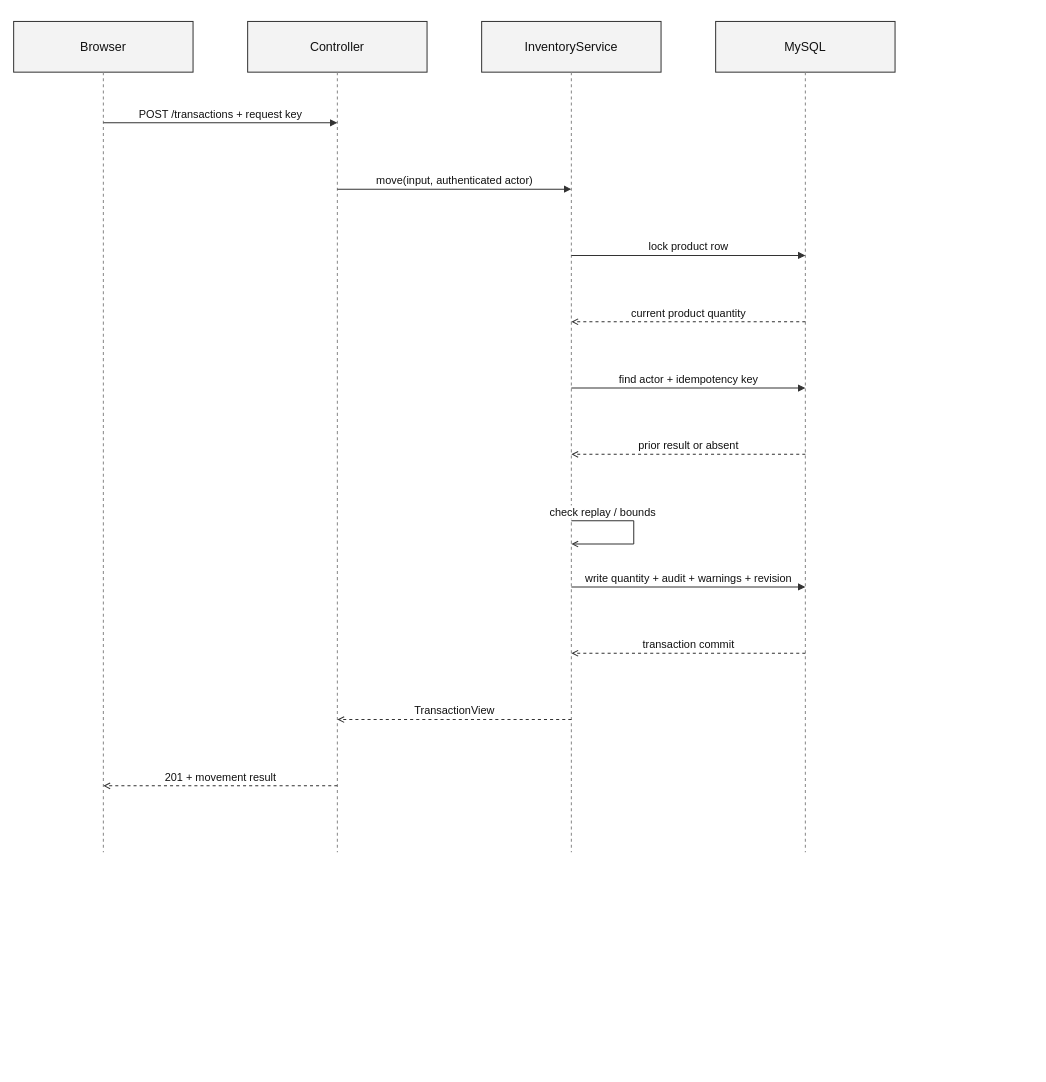
Before: thesis/figure-assets/diagrams/19-seq-stock.drawio in ZeroRegister/SupermarketsSystem, a draw.io diagram. Source tidied: cells renumbered, new cells numbered last; positions are measured from the earlier drawing's top-left corner, leaving out a move shared by most shapes. Both pictures are drawn from the tidied source at 78%, with x=0, y=0 at pixel (13, 21).
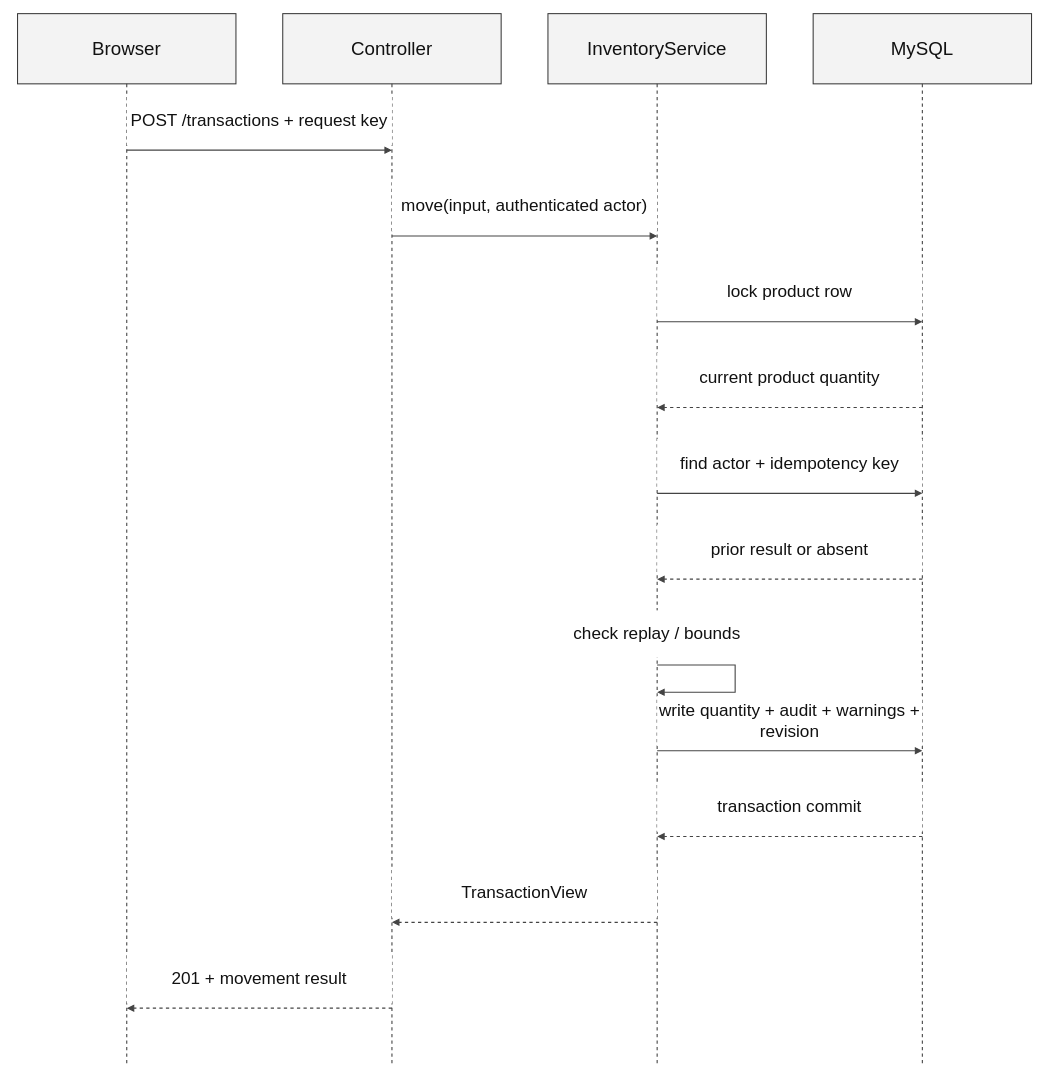
The same diagram, later.

The edit, as a diff of the source:
```diff
@@
-    <mxCell id="2" value="Browser" style="whiteSpace=wrap;html=1;fontFamily=Arial;fontSize=16;fontColor=#111111;strokeColor=#333333;strokeWidth=1.3;rounded=0;fillColor=#ffffff;fillColor=#f3f3f3;" parent="1" vertex="1">
-      <mxGeometry width="230" height="65" as="geometry" />
+    <mxCell id="2" value="Browser" style="whiteSpace=wrap;html=1;fontFamily=Arial;fontSize=22;fontColor=#111111;strokeColor=#333333;strokeWidth=1.3;rounded=0;fillColor=#ffffff;fillColor=#f3f3f3;fontSize=24;fontSize=24;" parent="1" vertex="1">
+      <mxGeometry x="5" y="-10" width="280" height="90" as="geometry" />
     </mxCell>
-    <mxCell id="3" style="whiteSpace=wrap;html=1;fontFamily=Arial;fontSize=16;fontColor=#111111;strokeColor=#333333;strokeWidth=1.3;endArrow=block;endFill=1;fontSize=14;whiteSpace=nowrap;verticalAlign=bottom;labelBackgroundColor=#ffffff;dashed=1;endArrow=none;strokeColor=#888888;" parent="1" edge="1">
+    <mxCell id="3" style="html=1;rounded=0;strokeColor=#444444;strokeWidth=1.4;endArrow=none;endFill=1;dashed=1;" parent="1" edge="1">
       <mxGeometry relative="1" as="geometry">
-        <mxPoint x="115" y="65" as="sourcePoint" />
-        <mxPoint x="115" y="1065" as="targetPoint" />
+        <mxPoint x="145" y="80" as="sourcePoint" />
+        <mxPoint x="145" y="1340" as="targetPoint" />
       </mxGeometry>
     </mxCell>
-    <mxCell id="4" value="Controller" style="whiteSpace=wrap;html=1;fontFamily=Arial;fontSize=16;fontColor=#111111;strokeColor=#333333;strokeWidth=1.3;rounded=0;fillColor=#ffffff;fillColor=#f3f3f3;" parent="1" vertex="1">
-      <mxGeometry x="300" width="230" height="65" as="geometry" />
+    <mxCell id="4" value="Controller" style="whiteSpace=wrap;html=1;fontFamily=Arial;fontSize=22;fontColor=#111111;strokeColor=#333333;strokeWidth=1.3;rounded=0;fillColor=#ffffff;fillColor=#f3f3f3;fontSize=24;fontSize=24;" parent="1" vertex="1">
+      <mxGeometry x="345" y="-10" width="280" height="90" as="geometry" />
     </mxCell>
-    <mxCell id="5" style="whiteSpace=wrap;html=1;fontFamily=Arial;fontSize=16;fontColor=#111111;strokeColor=#333333;strokeWidth=1.3;endArrow=block;endFill=1;fontSize=14;whiteSpace=nowrap;verticalAlign=bottom;labelBackgroundColor=#ffffff;dashed=1;endArrow=none;strokeColor=#888888;" parent="1" edge="1">
+    <mxCell id="5" style="html=1;rounded=0;strokeColor=#444444;strokeWidth=1.4;endArrow=none;endFill=1;dashed=1;" parent="1" edge="1">
       <mxGeometry relative="1" as="geometry">
-        <mxPoint x="415" y="65" as="sourcePoint" />
-        <mxPoint x="415" y="1065" as="targetPoint" />
+        <mxPoint x="485" y="80" as="sourcePoint" />
+        <mxPoint x="485" y="1340" as="targetPoint" />
       </mxGeometry>
     </mxCell>
-    <mxCell id="6" value="InventoryService" style="whiteSpace=wrap;html=1;fontFamily=Arial;fontSize=16;fontColor=#111111;strokeColor=#333333;strokeWidth=1.3;rounded=0;fillColor=#ffffff;fillColor=#f3f3f3;" parent="1" vertex="1">
-      <mxGeometry x="600" width="230" height="65" as="geometry" />
+    <mxCell id="6" value="InventoryService" style="whiteSpace=wrap;html=1;fontFamily=Arial;fontSize=22;fontColor=#111111;strokeColor=#333333;strokeWidth=1.3;rounded=0;fillColor=#ffffff;fillColor=#f3f3f3;fontSize=24;fontSize=24;" parent="1" vertex="1">
+      <mxGeometry x="685" y="-10" width="280" height="90" as="geometry" />
     </mxCell>
-    <mxCell id="7" style="whiteSpace=wrap;html=1;fontFamily=Arial;fontSize=16;fontColor=#111111;strokeColor=#333333;strokeWidth=1.3;endArrow=block;endFill=1;fontSize=14;whiteSpace=nowrap;verticalAlign=bottom;labelBackgroundColor=#ffffff;dashed=1;endArrow=none;strokeColor=#888888;" parent="1" edge="1">
+    <mxCell id="7" style="html=1;rounded=0;strokeColor=#444444;strokeWidth=1.4;endArrow=none;endFill=1;dashed=1;" parent="1" edge="1">
       <mxGeometry relative="1" as="geometry">
-        <mxPoint x="715" y="65" as="sourcePoint" />
-        <mxPoint x="715" y="1065" as="targetPoint" />
+        <mxPoint x="825" y="80" as="sourcePoint" />
+        <mxPoint x="825" y="1340" as="targetPoint" />
       </mxGeometry>
     </mxCell>
-    <mxCell id="8" value="MySQL" style="whiteSpace=wrap;html=1;fontFamily=Arial;fontSize=16;fontColor=#111111;strokeColor=#333333;strokeWidth=1.3;rounded=0;fillColor=#ffffff;fillColor=#f3f3f3;" parent="1" vertex="1">
-      <mxGeometry x="900" width="230" height="65" as="geometry" />
+    <mxCell id="8" value="MySQL" style="whiteSpace=wrap;html=1;fontFamily=Arial;fontSize=22;fontColor=#111111;strokeColor=#333333;strokeWidth=1.3;rounded=0;fillColor=#ffffff;fillColor=#f3f3f3;fontSize=24;fontSize=24;" parent="1" vertex="1">
+      <mxGeometry x="1025" y="-10" width="280" height="90" as="geometry" />
     </mxCell>
-    <mxCell id="9" style="whiteSpace=wrap;html=1;fontFamily=Arial;fontSize=16;fontColor=#111111;strokeColor=#333333;strokeWidth=1.3;endArrow=block;endFill=1;fontSize=14;whiteSpace=nowrap;verticalAlign=bottom;labelBackgroundColor=#ffffff;dashed=1;endArrow=none;strokeColor=#888888;" parent="1" edge="1">
+    <mxCell id="9" style="html=1;rounded=0;strokeColor=#444444;strokeWidth=1.4;endArrow=none;endFill=1;dashed=1;" parent="1" edge="1">
       <mxGeometry relative="1" as="geometry">
-        <mxPoint x="1015" y="65" as="sourcePoint" />
-        <mxPoint x="1015" y="1065" as="targetPoint" />
+        <mxPoint x="1165" y="80" as="sourcePoint" />
+        <mxPoint x="1165" y="1340" as="targetPoint" />
       </mxGeometry>
     </mxCell>
-    <mxCell id="10" value="POST /transactions + request key" style="whiteSpace=wrap;html=1;fontFamily=Arial;fontSize=16;fontColor=#111111;strokeColor=#333333;strokeWidth=1.3;endArrow=block;endFill=1;fontSize=14;whiteSpace=nowrap;verticalAlign=bottom;labelBackgroundColor=#ffffff;endArrow=block;" parent="1" edge="1">
+    <mxCell id="10" style="html=1;rounded=0;strokeColor=#444444;strokeWidth=1.4;endArrow=block;endFill=1;" parent="1" edge="1">
       <mxGeometry relative="1" as="geometry">
-        <mxPoint x="115" y="130" as="sourcePoint" />
-        <mxPoint x="415" y="130" as="targetPoint" />
+        <mxPoint x="145" y="165" as="sourcePoint" />
+        <mxPoint x="485" y="165" as="targetPoint" />
       </mxGeometry>
     </mxCell>
-    <mxCell id="11" value="move(input, authenticated actor)" style="whiteSpace=wrap;html=1;fontFamily=Arial;fontSize=16;fontColor=#111111;strokeColor=#333333;strokeWidth=1.3;endArrow=block;endFill=1;fontSize=14;whiteSpace=nowrap;verticalAlign=bottom;labelBackgroundColor=#ffffff;endArrow=block;" parent="1" edge="1">
-      <mxGeometry relative="1" as="geometry">
-        <mxPoint x="415" y="215" as="sourcePoint" />
-        <mxPoint x="715" y="215" as="targetPoint" />
-      </mxGeometry>
+    <mxCell id="11" value="POST /transactions + request key" style="whiteSpace=wrap;html=1;fontFamily=Arial;fontSize=22;fontColor=#111111;strokeColor=#333333;strokeWidth=1.3;rounded=0;fillColor=#ffffff;strokeColor=none;fontSize=22;fontSize=22;" parent="1" vertex="1">
+      <mxGeometry x="145" y="95" width="340" height="64" as="geometry" />
     </mxCell>
-    <mxCell id="12" value="lock product row" style="whiteSpace=wrap;html=1;fontFamily=Arial;fontSize=16;fontColor=#111111;strokeColor=#333333;strokeWidth=1.3;endArrow=block;endFill=1;fontSize=14;whiteSpace=nowrap;verticalAlign=bottom;labelBackgroundColor=#ffffff;endArrow=block;" parent="1" edge="1">
+    <mxCell id="12" style="html=1;rounded=0;strokeColor=#444444;strokeWidth=1.4;endArrow=block;endFill=1;" parent="1" edge="1">
       <mxGeometry relative="1" as="geometry">
-        <mxPoint x="715" y="300" as="sourcePoint" />
-        <mxPoint x="1015" y="300" as="targetPoint" />
+        <mxPoint x="485" y="275" as="sourcePoint" />
+        <mxPoint x="825" y="275" as="targetPoint" />
       </mxGeometry>
     </mxCell>
-    <mxCell id="13" value="current product quantity" style="whiteSpace=wrap;html=1;fontFamily=Arial;fontSize=16;fontColor=#111111;strokeColor=#333333;strokeWidth=1.3;endArrow=block;endFill=1;fontSize=14;whiteSpace=nowrap;verticalAlign=bottom;labelBackgroundColor=#ffffff;dashed=1;endArrow=open;" parent="1" edge="1">
-      <mxGeometry relative="1" as="geometry">
-        <mxPoint x="1015" y="385" as="sourcePoint" />
-        <mxPoint x="715" y="385" as="targetPoint" />
-      </mxGeometry>
+    <mxCell id="13" value="move(input, authenticated actor)" style="whiteSpace=wrap;html=1;fontFamily=Arial;fontSize=22;fontColor=#111111;strokeColor=#333333;strokeWidth=1.3;rounded=0;fillColor=#ffffff;strokeColor=none;fontSize=22;fontSize=22;" parent="1" vertex="1">
+      <mxGeometry x="485" y="205" width="340" height="64" as="geometry" />
     </mxCell>
-    <mxCell id="14" value="find actor + idempotency key" style="whiteSpace=wrap;html=1;fontFamily=Arial;fontSize=16;fontColor=#111111;strokeColor=#333333;strokeWidth=1.3;endArrow=block;endFill=1;fontSize=14;whiteSpace=nowrap;verticalAlign=bottom;labelBackgroundColor=#ffffff;endArrow=block;" parent="1" edge="1">
+    <mxCell id="14" style="html=1;rounded=0;strokeColor=#444444;strokeWidth=1.4;endArrow=block;endFill=1;" parent="1" edge="1">
       <mxGeometry relative="1" as="geometry">
-        <mxPoint x="715" y="470" as="sourcePoint" />
-        <mxPoint x="1015" y="470" as="targetPoint" />
+        <mxPoint x="825" y="385" as="sourcePoint" />
+        <mxPoint x="1165" y="385" as="targetPoint" />
       </mxGeometry>
     </mxCell>
-    <mxCell id="15" value="prior result or absent" style="whiteSpace=wrap;html=1;fontFamily=Arial;fontSize=16;fontColor=#111111;strokeColor=#333333;strokeWidth=1.3;endArrow=block;endFill=1;fontSize=14;whiteSpace=nowrap;verticalAlign=bottom;labelBackgroundColor=#ffffff;dashed=1;endArrow=open;" parent="1" edge="1">
-      <mxGeometry relative="1" as="geometry">
-        <mxPoint x="1015" y="555" as="sourcePoint" />
-        <mxPoint x="715" y="555" as="targetPoint" />
-      </mxGeometry>
+    <mxCell id="15" value="lock product row" style="whiteSpace=wrap;html=1;fontFamily=Arial;fontSize=22;fontColor=#111111;strokeColor=#333333;strokeWidth=1.3;rounded=0;fillColor=#ffffff;strokeColor=none;fontSize=22;fontSize=22;" parent="1" vertex="1">
+      <mxGeometry x="825" y="315" width="340" height="64" as="geometry" />
     </mxCell>
-    <mxCell id="16" value="check replay / bounds" style="whiteSpace=wrap;html=1;fontFamily=Arial;fontSize=16;fontColor=#111111;strokeColor=#333333;strokeWidth=1.3;endArrow=block;endFill=1;fontSize=14;whiteSpace=nowrap;verticalAlign=bottom;labelBackgroundColor=#ffffff;endArrow=none;" parent="1" edge="1">
+    <mxCell id="16" style="html=1;rounded=0;strokeColor=#444444;strokeWidth=1.4;endArrow=block;endFill=1;dashed=1;" parent="1" edge="1">
       <mxGeometry relative="1" as="geometry">
-        <mxPoint x="715" y="640" as="sourcePoint" />
-        <mxPoint x="795" y="640" as="targetPoint" />
+        <mxPoint x="1165" y="495" as="sourcePoint" />
+        <mxPoint x="825" y="495" as="targetPoint" />
       </mxGeometry>
     </mxCell>
-    <mxCell id="17" style="whiteSpace=wrap;html=1;fontFamily=Arial;fontSize=16;fontColor=#111111;strokeColor=#333333;strokeWidth=1.3;endArrow=block;endFill=1;fontSize=14;whiteSpace=nowrap;verticalAlign=bottom;labelBackgroundColor=#ffffff;endArrow=none;" parent="1" edge="1">
-      <mxGeometry relative="1" as="geometry">
-        <mxPoint x="795" y="640" as="sourcePoint" />
-        <mxPoint x="795" y="670" as="targetPoint" />
-      </mxGeometry>
+    <mxCell id="17" value="current product quantity" style="whiteSpace=wrap;html=1;fontFamily=Arial;fontSize=22;fontColor=#111111;strokeColor=#333333;strokeWidth=1.3;rounded=0;fillColor=#ffffff;strokeColor=none;fontSize=22;fontSize=22;" parent="1" vertex="1">
+      <mxGeometry x="825" y="425" width="340" height="64" as="geometry" />
     </mxCell>
-    <mxCell id="18" style="whiteSpace=wrap;html=1;fontFamily=Arial;fontSize=16;fontColor=#111111;strokeColor=#333333;strokeWidth=1.3;endArrow=block;endFill=1;fontSize=14;whiteSpace=nowrap;verticalAlign=bottom;labelBackgroundColor=#ffffff;endArrow=open;" parent="1" edge="1">
+    <mxCell id="18" style="html=1;rounded=0;strokeColor=#444444;strokeWidth=1.4;endArrow=block;endFill=1;" parent="1" edge="1">
       <mxGeometry relative="1" as="geometry">
-        <mxPoint x="795" y="670" as="sourcePoint" />
-        <mxPoint x="715" y="670" as="targetPoint" />
+        <mxPoint x="825" y="605" as="sourcePoint" />
+        <mxPoint x="1165" y="605" as="targetPoint" />
       </mxGeometry>
     </mxCell>
-    <mxCell id="19" value="write quantity + audit + warnings + revision" style="whiteSpace=wrap;html=1;fontFamily=Arial;fontSize=16;fontColor=#111111;strokeColor=#333333;strokeWidth=1.3;endArrow=block;endFill=1;fontSize=14;whiteSpace=nowrap;verticalAlign=bottom;labelBackgroundColor=#ffffff;endArrow=block;" parent="1" edge="1">
-      <mxGeometry relative="1" as="geometry">
-        <mxPoint x="715" y="725" as="sourcePoint" />
-        <mxPoint x="1015" y="725" as="targetPoint" />
-      </mxGeometry>
+    <mxCell id="19" value="find actor + idempotency key" style="whiteSpace=wrap;html=1;fontFamily=Arial;fontSize=22;fontColor=#111111;strokeColor=#333333;strokeWidth=1.3;rounded=0;fillColor=#ffffff;strokeColor=none;fontSize=22;fontSize=22;" parent="1" vertex="1">
+      <mxGeometry x="825" y="535" width="340" height="64" as="geometry" />
     </mxCell>
-    <mxCell id="20" value="transaction commit" style="whiteSpace=wrap;html=1;fontFamily=Arial;fontSize=16;fontColor=#111111;strokeColor=#333333;strokeWidth=1.3;endArrow=block;endFill=1;fontSize=14;whiteSpace=nowrap;verticalAlign=bottom;labelBackgroundColor=#ffffff;dashed=1;endArrow=open;" parent="1" edge="1">
+    <mxCell id="20" style="html=1;rounded=0;strokeColor=#444444;strokeWidth=1.4;endArrow=block;endFill=1;dashed=1;" parent="1" edge="1">
       <mxGeometry relative="1" as="geometry">
-        <mxPoint x="1015" y="810" as="sourcePoint" />
-        <mxPoint x="715" y="810" as="targetPoint" />
+        <mxPoint x="1165" y="715" as="sourcePoint" />
+        <mxPoint x="825" y="715" as="targetPoint" />
       </mxGeometry>
     </mxCell>
-    <mxCell id="21" value="TransactionView" style="whiteSpace=wrap;html=1;fontFamily=Arial;fontSize=16;fontColor=#111111;strokeColor=#333333;strokeWidth=1.3;endArrow=block;endFill=1;fontSize=14;whiteSpace=nowrap;verticalAlign=bottom;labelBackgroundColor=#ffffff;dashed=1;endArrow=open;" parent="1" edge="1">
-      <mxGeometry relative="1" as="geometry">
-        <mxPoint x="715" y="895" as="sourcePoint" />
-        <mxPoint x="415" y="895" as="targetPoint" />
-      </mxGeometry>
+    <mxCell id="21" value="prior result or absent" style="whiteSpace=wrap;html=1;fontFamily=Arial;fontSize=22;fontColor=#111111;strokeColor=#333333;strokeWidth=1.3;rounded=0;fillColor=#ffffff;strokeColor=none;fontSize=22;fontSize=22;" parent="1" vertex="1">
+      <mxGeometry x="825" y="645" width="340" height="64" as="geometry" />
     </mxCell>
-    <mxCell id="22" value="201 + movement result" style="whiteSpace=wrap;html=1;fontFamily=Arial;fontSize=16;fontColor=#111111;strokeColor=#333333;strokeWidth=1.3;endArrow=block;endFill=1;fontSize=14;whiteSpace=nowrap;verticalAlign=bottom;labelBackgroundColor=#ffffff;dashed=1;endArrow=open;" parent="1" edge="1">
+    <mxCell id="22" style="html=1;rounded=0;strokeColor=#444444;strokeWidth=1.4;endArrow=block;endFill=1;" parent="1" edge="1">
       <mxGeometry relative="1" as="geometry">
-        <mxPoint x="415" y="980" as="sourcePoint" />
-        <mxPoint x="115" y="980" as="targetPoint" />
+        <mxPoint x="825" y="825" as="sourcePoint" />
+        <mxPoint x="825" y="860" as="targetPoint" />
+        <Array as="points">
+          <mxPoint x="925" y="825" />
+          <mxPoint x="925" y="860" />
+        </Array>
       </mxGeometry>
     </mxCell>
+    <mxCell id="23" value="check replay / bounds" style="whiteSpace=wrap;html=1;fontFamily=Arial;fontSize=22;fontColor=#111111;strokeColor=#333333;strokeWidth=1.3;rounded=0;fillColor=#ffffff;strokeColor=none;fontSize=22;fontSize=22;" parent="1" vertex="1">
+      <mxGeometry x="665" y="755" width="320" height="60" as="geometry" />
+    </mxCell>
+    <mxCell id="24" style="html=1;rounded=0;strokeColor=#444444;strokeWidth=1.4;endArrow=block;endFill=1;" parent="1" edge="1">
+      <mxGeometry relative="1" as="geometry">
+        <mxPoint x="825" y="935" as="sourcePoint" />
+        <mxPoint x="1165" y="935" as="targetPoint" />
+      </mxGeometry>
+    </mxCell>
+    <mxCell id="25" value="write quantity + audit + warnings + revision" style="whiteSpace=wrap;html=1;fontFamily=Arial;fontSize=22;fontColor=#111111;strokeColor=#333333;strokeWidth=1.3;rounded=0;fillColor=#ffffff;strokeColor=none;fontSize=22;fontSize=22;" parent="1" vertex="1">
+      <mxGeometry x="825" y="865" width="340" height="64" as="geometry" />
+    </mxCell>
+    <mxCell id="26" style="html=1;rounded=0;strokeColor=#444444;strokeWidth=1.4;endArrow=block;endFill=1;dashed=1;" parent="1" edge="1">
+      <mxGeometry relative="1" as="geometry">
+        <mxPoint x="1165" y="1045" as="sourcePoint" />
+        <mxPoint x="825" y="1045" as="targetPoint" />
+      </mxGeometry>
+    </mxCell>
+    <mxCell id="27" value="transaction commit" style="whiteSpace=wrap;html=1;fontFamily=Arial;fontSize=22;fontColor=#111111;strokeColor=#333333;strokeWidth=1.3;rounded=0;fillColor=#ffffff;strokeColor=none;fontSize=22;fontSize=22;" parent="1" vertex="1">
+      <mxGeometry x="825" y="975" width="340" height="64" as="geometry" />
+    </mxCell>
+    <mxCell id="28" style="html=1;rounded=0;strokeColor=#444444;strokeWidth=1.4;endArrow=block;endFill=1;dashed=1;" parent="1" edge="1">
+      <mxGeometry relative="1" as="geometry">
+        <mxPoint x="825" y="1155" as="sourcePoint" />
+        <mxPoint x="485" y="1155" as="targetPoint" />
+      </mxGeometry>
+    </mxCell>
+    <mxCell id="29" value="TransactionView" style="whiteSpace=wrap;html=1;fontFamily=Arial;fontSize=22;fontColor=#111111;strokeColor=#333333;strokeWidth=1.3;rounded=0;fillColor=#ffffff;strokeColor=none;fontSize=22;fontSize=22;" parent="1" vertex="1">
+      <mxGeometry x="485" y="1085" width="340" height="64" as="geometry" />
+    </mxCell>
+    <mxCell id="30" style="html=1;rounded=0;strokeColor=#444444;strokeWidth=1.4;endArrow=block;endFill=1;dashed=1;" parent="1" edge="1">
+      <mxGeometry relative="1" as="geometry">
+        <mxPoint x="485" y="1265" as="sourcePoint" />
+        <mxPoint x="145" y="1265" as="targetPoint" />
+      </mxGeometry>
+    </mxCell>
+    <mxCell id="31" value="201 + movement result" style="whiteSpace=wrap;html=1;fontFamily=Arial;fontSize=22;fontColor=#111111;strokeColor=#333333;strokeWidth=1.3;rounded=0;fillColor=#ffffff;strokeColor=none;fontSize=22;fontSize=22;" parent="1" vertex="1">
+      <mxGeometry x="145" y="1195" width="340" height="64" as="geometry" />
+    </mxCell>
```
